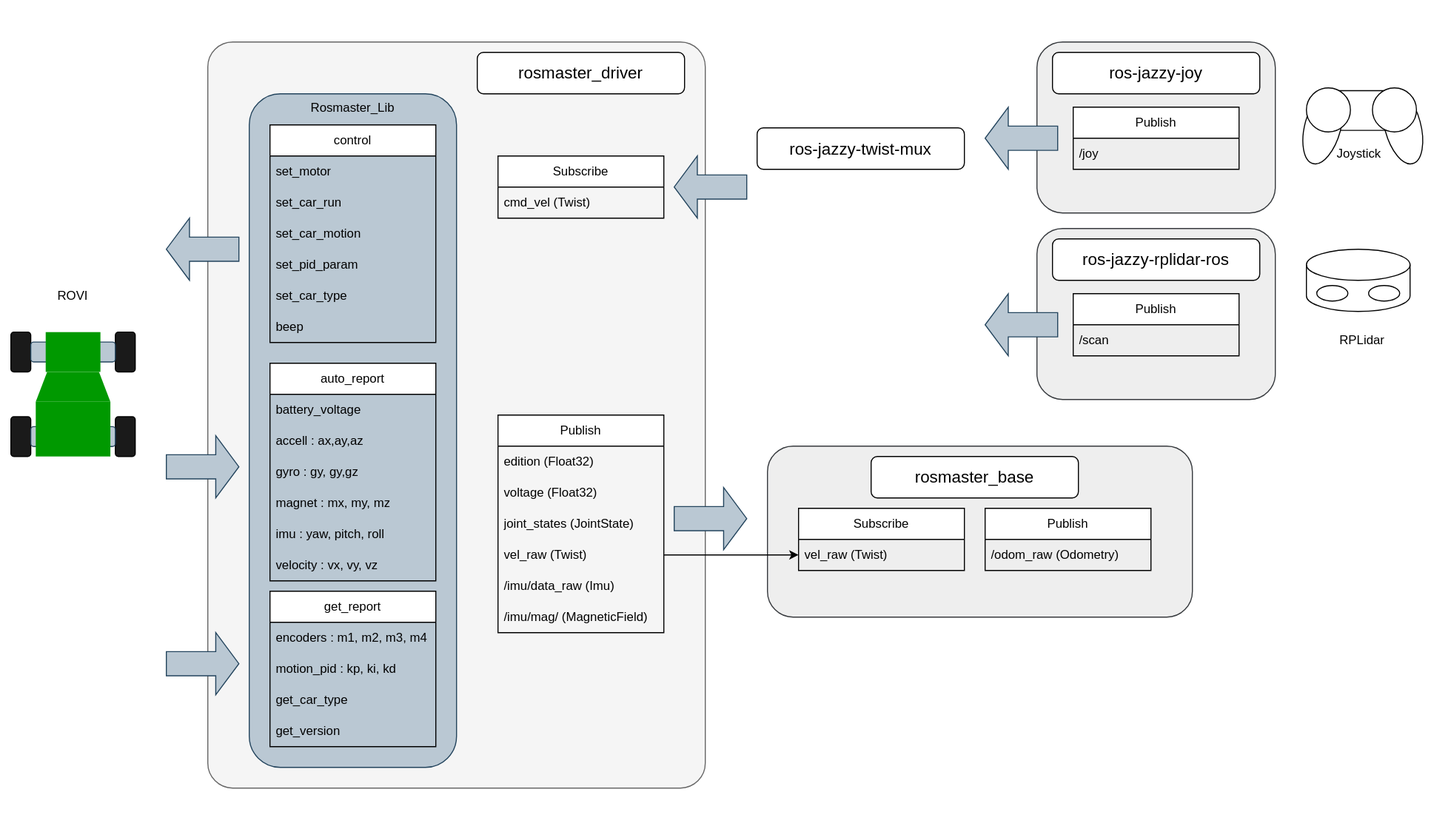
Earlier version of the draw.io export docs/package_flow.drawio.svg (Roblibs/rovi_ros_ws). Source tidied: cells renumbered, new cells last; positions are measured from the earlier drawing's top-left corner, leaving out a move shared by most shapes.
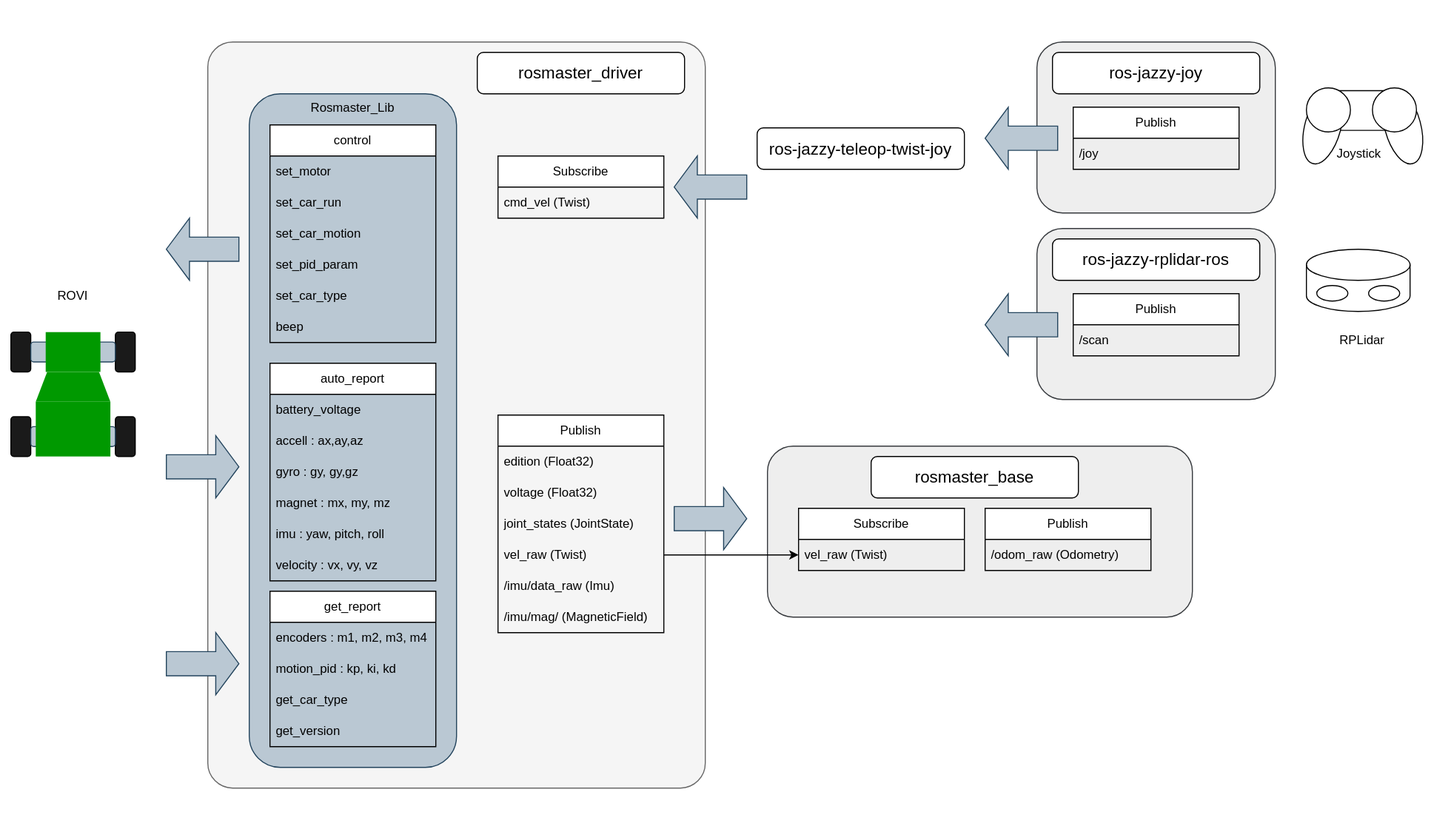
The same file after the commit.

Commit message:
Fix joy control axis add joy diagram

The edit, as a diff of the source:
```diff
@@ -218,7 +218,7 @@
     <mxCell id="73" style="shape=singleArrow;direction=west;whiteSpace=wrap;html=1;arrowWidth=0.3888885498046875;arrowSize=0.31904820033482145;fillColor=#bac8d3;strokeColor=#23445d;" parent="1" vertex="1">
       <mxGeometry x="950" y="282.9" width="70" height="60" as="geometry" />
     </mxCell>
-    <mxCell id="74" value="ros-jazzy-twist-mux" style="rounded=1;whiteSpace=wrap;html=1;fontSize=16;" parent="1" vertex="1">
+    <mxCell id="74" value="ros-jazzy-teleop-twist-joy" style="rounded=1;whiteSpace=wrap;html=1;fontSize=16;" parent="1" vertex="1">
       <mxGeometry x="730" y="122.9" width="200" height="40" as="geometry" />
     </mxCell>
     <mxCell id="75" style="shape=cylinder3;whiteSpace=wrap;html=1;boundedLbl=1;backgroundOutline=1;size=15;" parent="1" vertex="1">
```
